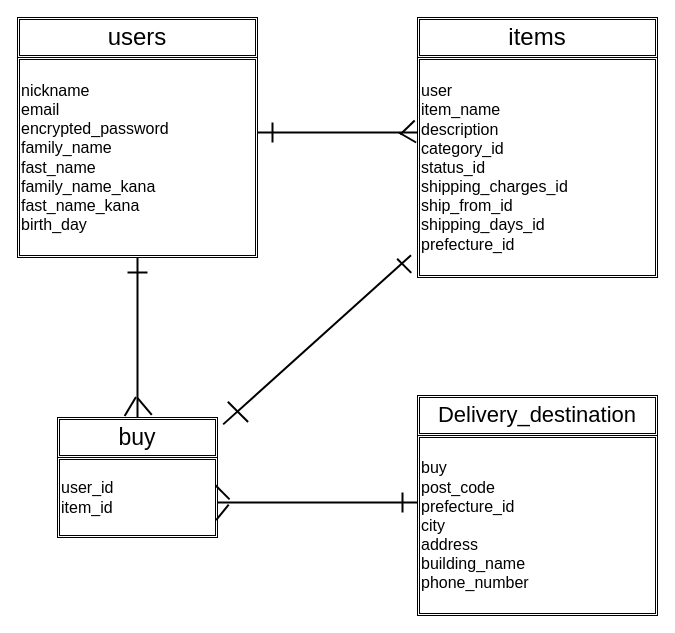
LYFTaoz/furima-34727 keeps this draw.io diagram as FURIMA-34727.dio. Above is the earlier version. Source tidied: cells renumbered, new cells numbered last; positions are measured from the earlier drawing's top-left corner, leaving out a move shared by most shapes. Both pictures are drawn from the tidied source at 100%, with x=0, y=0 at pixel (17, 17).
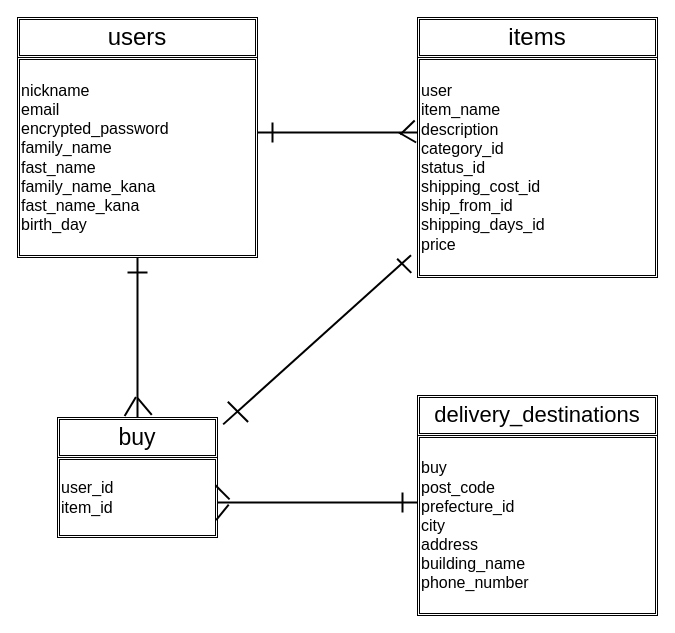
Above is the later version.

Commit message (it also covers changes not shown here):
データベース設計　修正５

Change to the diagram source:
```diff
@@
-    <mxCell id="7" value="&lt;font style=&quot;font-size: 22px&quot;&gt;Delivery_destination&lt;/font&gt;" style="shape=ext;double=1;rounded=0;whiteSpace=wrap;html=1;fontSize=16;align=center;" parent="1" vertex="1">
+    <mxCell id="7" value="&lt;font style=&quot;font-size: 22px&quot;&gt;delivery_destinations&lt;/font&gt;" style="shape=ext;double=1;rounded=0;whiteSpace=wrap;html=1;fontSize=16;align=center;" parent="1" vertex="1">
       <mxGeometry x="400" y="378" width="240" height="40" as="geometry" />
     </mxCell>
@@
-    <mxCell id="10" value="user&lt;br&gt;item_name&lt;br&gt;description&lt;br&gt;category_id&lt;br&gt;status_id&lt;br&gt;shipping_charges_id&lt;br&gt;ship_from_id&lt;br&gt;shipping_days_id&lt;br&gt;prefecture_id" style="shape=ext;double=1;rounded=0;whiteSpace=wrap;html=1;fontSize=16;align=left;" parent="1" vertex="1">
+    <mxCell id="10" value="user&lt;br&gt;item_name&lt;br&gt;description&lt;br&gt;category_id&lt;br&gt;status_id&lt;br&gt;shipping_cost_id&lt;br&gt;ship_from_id&lt;br&gt;shipping_days_id&lt;br&gt;price" style="shape=ext;double=1;rounded=0;whiteSpace=wrap;html=1;fontSize=16;align=left;" parent="1" vertex="1">
       <mxGeometry x="400" y="40" width="240" height="220" as="geometry" />
     </mxCell>
```
